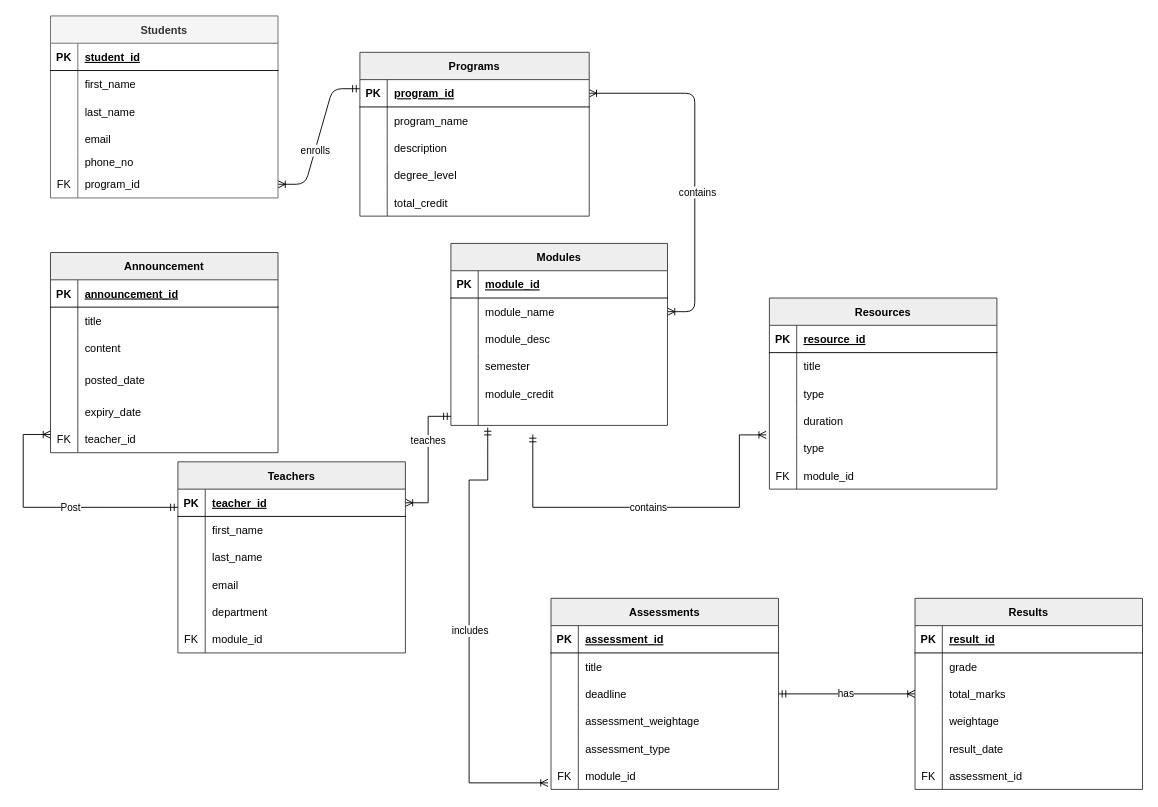
Earlier version of the draw.io diagram Database.drawio (pawal-karki/DRAW.IO). Source tidied: cells renumbered, new cells numbered last; positions are measured from the earlier drawing's top-left corner, leaving out a move shared by most shapes. Both pictures are drawn from the tidied source at 91%, with x=0, y=0 at pixel (23, 15).
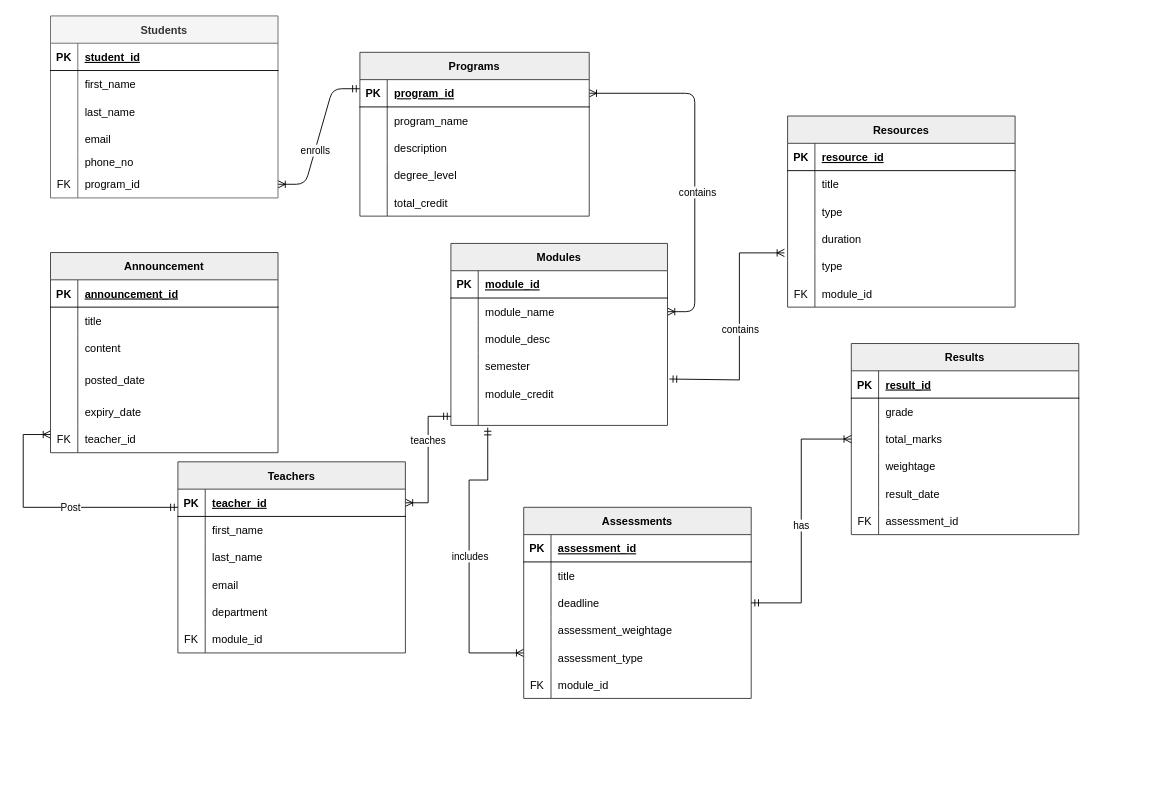
The same diagram, later.

The change refers to these unchanged cells:
```xml
<mxCell id="35" style="shape=partialRectangle;fillColor=none;points=[[0,0.5],[1,0.5]];portConstraint=eastwest;top=0;left=0;right=0;bottom=0;" parent="22" vertex="1">
  <mxGeometry y="150" width="238" height="30" as="geometry" />
</mxCell>
<mxCell id="38" style="shape=partialRectangle;fillColor=none;points=[[0,0.5],[1,0.5]];portConstraint=eastwest;top=0;left=0;right=0;bottom=0;" parent="22" vertex="1">
  <mxGeometry y="180" width="238" height="20" as="geometry" />
</mxCell>
<mxCell id="115" style="shape=partialRectangle;fillColor=none;points=[[0,0.5],[1,0.5]];portConstraint=eastwest;top=0;left=0;right=0;bottom=0;" parent="102" vertex="1">
  <mxGeometry y="150" width="250" height="30" as="geometry" />
</mxCell>
<mxCell id="118" style="shape=partialRectangle;fillColor=none;points=[[0,0.5],[1,0.5]];portConstraint=eastwest;top=0;left=0;right=0;bottom=0;" parent="102" vertex="1">
  <mxGeometry y="180" width="250" height="30" as="geometry" />
</mxCell>
<mxCell id="134" style="shape=partialRectangle;fillColor=none;points=[[0,0.5],[1,0.5]];portConstraint=eastwest;top=0;left=0;right=0;bottom=0;" parent="121" vertex="1">
  <mxGeometry y="150" width="250" height="30" as="geometry" />
</mxCell>
```

Change to the diagram source:
```diff
@@
-    <mxCell id="100" style="edgeStyle=orthogonalEdgeStyle;rounded=0;jettySize=auto;html=1;endArrow=ERmandOne;endFill=0;entryX=0.17;entryY=1.12;entryDx=0;entryDy=0;entryPerimeter=0;startArrow=ERoneToMany;startFill=0;exitX=-0.013;exitY=0.76;exitDx=0;exitDy=0;exitPerimeter=0;" parent="1" edge="1" source="118" target="38">
+    <mxCell id="100" style="edgeStyle=orthogonalEdgeStyle;rounded=0;jettySize=auto;html=1;endArrow=ERmandOne;endFill=0;entryX=0.17;entryY=1.12;entryDx=0;entryDy=0;entryPerimeter=0;startArrow=ERoneToMany;startFill=0;" parent="1" edge="1" source="115" target="38">
       <mxGeometry relative="1" as="geometry">
         <Array as="points">
-          <mxPoint x="490" y="843" />
+          <mxPoint x="490" y="700" />
           <mxPoint x="490" y="510" />
-          <mxPoint x="511" y="510" />
+          <mxPoint x="510" y="510" />
         </Array>
       </mxGeometry>
     </mxCell>
@@
     <mxCell id="102" value="Assessments" style="shape=table;startSize=30;childLayout=tableLayout;rowLines=0;fontStyle=1;align=center;fillColor=#eeeeee;strokeColor=#36393d;" parent="1" vertex="1">
-      <mxGeometry x="580" y="640" width="250" height="210" as="geometry" />
+      <mxGeometry x="550" y="540" width="250" height="210" as="geometry" />
     </mxCell>
@@
     <mxCell id="121" value="Resources" style="shape=table;startSize=30;childLayout=tableLayout;rowLines=0;fontStyle=1;align=center;fillColor=#eeeeee;strokeColor=#36393d;" parent="1" vertex="1">
-      <mxGeometry x="820" y="310" width="250" height="210" as="geometry" />
+      <mxGeometry x="840" y="110" width="250" height="210" as="geometry" />
     </mxCell>
@@
-    <mxCell id="140" style="edgeStyle=orthogonalEdgeStyle;rounded=0;jettySize=auto;html=1;entryX=0.44;entryY=1.013;entryDx=0;entryDy=0;entryPerimeter=0;endArrow=ERmandOne;endFill=0;startArrow=ERoneToMany;startFill=0;exitX=-0.014;exitY=0.013;exitDx=0;exitDy=0;exitPerimeter=0;" parent="1" edge="1" source="134">
+    <mxCell id="140" style="edgeStyle=orthogonalEdgeStyle;rounded=0;jettySize=auto;html=1;entryX=1.009;entryY=-0.033;entryDx=0;entryDy=0;entryPerimeter=0;endArrow=ERmandOne;endFill=0;startArrow=ERoneToMany;startFill=0;exitX=-0.014;exitY=0.013;exitDx=0;exitDy=0;exitPerimeter=0;" parent="1" edge="1" source="134" target="35">
       <mxGeometry relative="1" as="geometry">
-        <mxPoint x="560" y="460" as="targetPoint" />
         <Array as="points">
-          <mxPoint x="787" y="540" />
-          <mxPoint x="560" y="540" />
+          <mxPoint x="787" y="260" />
+          <mxPoint x="787" y="400" />
+          <mxPoint x="710" y="400" />
         </Array>
       </mxGeometry>
     </mxCell>
@@
     <mxCell id="142" value="Results" style="shape=table;startSize=30;childLayout=tableLayout;rowLines=0;fontStyle=1;align=center;fillColor=#eeeeee;strokeColor=#36393d;" parent="1" vertex="1">
-      <mxGeometry x="980" y="640" width="250" height="210" as="geometry" />
+      <mxGeometry x="910" y="360" width="250" height="210" as="geometry" />
     </mxCell>
```
